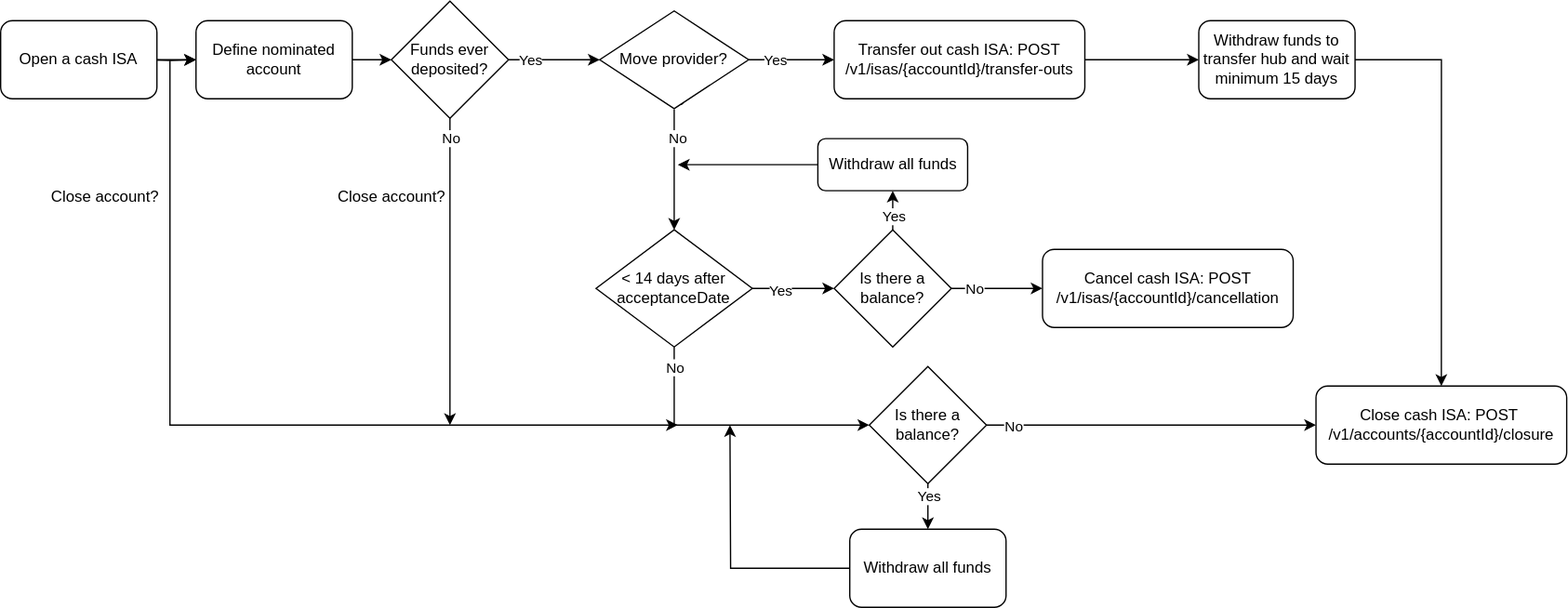
This is static/assets/images/cash-isa-life-cycle.svg from clearbank/clearbank.github.io, a draw.io export, as it was before one commit. Source tidied: cells renumbered, new cells last; positions are measured from the earlier drawing's top-left corner, leaving out a move shared by most shapes.
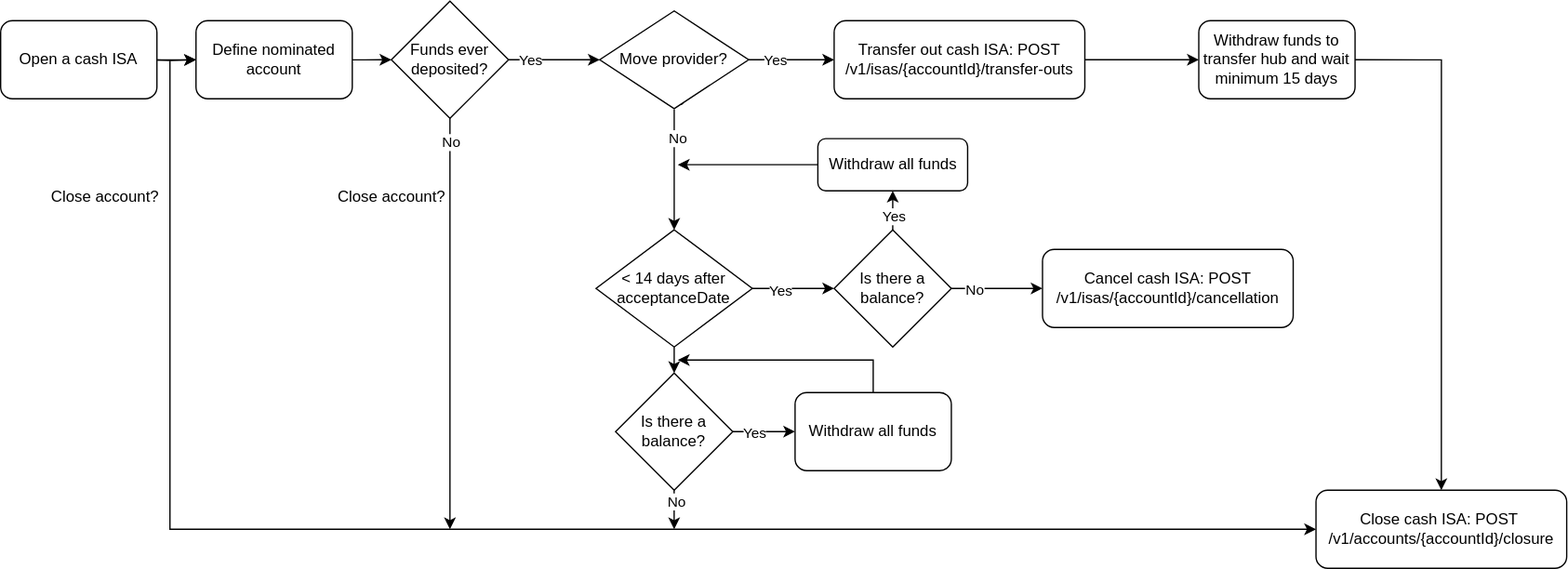
After the commit.

What changed in the source:
```diff
@@ -32,7 +32,7 @@
         <mxPoint x="7" as="offset" />
       </mxGeometry>
     </mxCell>
-    <mxCell id="10" style="edgeStyle=orthogonalEdgeStyle;rounded=0;jettySize=auto;html=1;entryX=0;entryY=0.5;entryDx=0;entryDy=0;exitX=0.5;exitY=1;exitDx=0;exitDy=0;" parent="1" edge="1" source="12" target="40">
+    <mxCell id="10" style="edgeStyle=orthogonalEdgeStyle;rounded=0;jettySize=auto;html=1;entryX=0.5;entryY=0;entryDx=0;entryDy=0;exitX=0.5;exitY=1;exitDx=0;exitDy=0;" parent="1" edge="1" source="12" target="40">
       <mxGeometry relative="1" as="geometry" />
     </mxCell>
     <mxCell id="11" value="No" style="edgeLabel;html=1;align=center;verticalAlign=middle;" parent="10" vertex="1">
@@ -75,7 +75,7 @@
       <mxGeometry x="640" y="15.4" width="192.5" height="60" as="geometry" />
     </mxCell>
     <mxCell id="22" value="Close cash ISA: POST&amp;nbsp;&lt;br&gt;/v1/accounts/{accountId}/closure" style="rounded=1;whiteSpace=wrap;html=1;" parent="1" vertex="1">
-      <mxGeometry x="1010" y="296" width="192.5" height="60" as="geometry" />
+      <mxGeometry x="1010" y="376" width="192.5" height="60" as="geometry" />
     </mxCell>
     <mxCell id="23" style="edgeStyle=orthogonalEdgeStyle;rounded=0;jettySize=auto;html=1;entryX=0;entryY=0.5;entryDx=0;entryDy=0;" parent="1" edge="1" source="28" target="19">
       <mxGeometry relative="1" as="geometry" />
@@ -92,7 +92,7 @@
     </mxCell>
     <mxCell id="26" style="edgeStyle=orthogonalEdgeStyle;rounded=0;jettySize=auto;html=1;" parent="1" edge="1" source="28">
       <mxGeometry relative="1" as="geometry">
-        <mxPoint x="345" y="326" as="targetPoint" />
+        <mxPoint x="345" y="406" as="targetPoint" />
         <Array as="points">
           <mxPoint x="345" y="221" />
         </Array>
@@ -136,32 +136,35 @@
     <mxCell id="35" value="Withdraw all funds" style="rounded=1;whiteSpace=wrap;html=1;" parent="1" vertex="1">
       <mxGeometry x="627.5" y="106" width="115" height="40" as="geometry" />
     </mxCell>
-    <mxCell id="36" style="edgeStyle=orthogonalEdgeStyle;rounded=0;jettySize=auto;html=1;entryX=0;entryY=0.5;entryDx=0;entryDy=0;" parent="1" edge="1" source="40" target="22">
-      <mxGeometry relative="1" as="geometry" />
-    </mxCell>
-    <mxCell id="37" value="No" style="edgeLabel;html=1;align=center;verticalAlign=middle;" parent="36" vertex="1">
-      <mxGeometry x="-0.89" y="2" relative="1" as="geometry">
-        <mxPoint x="6" y="2" as="offset" />
-      </mxGeometry>
-    </mxCell>
-    <mxCell id="38" style="edgeStyle=orthogonalEdgeStyle;rounded=0;jettySize=auto;html=1;entryX=0.5;entryY=0;entryDx=0;entryDy=0;" parent="1" edge="1" source="40" target="42">
+    <mxCell id="38" style="edgeStyle=orthogonalEdgeStyle;rounded=0;jettySize=auto;html=1;entryX=0;entryY=0.5;entryDx=0;entryDy=0;" parent="1" edge="1" source="40" target="42">
       <mxGeometry relative="1" as="geometry" />
     </mxCell>
     <mxCell id="39" value="Yes" style="edgeLabel;html=1;align=center;verticalAlign=middle;" parent="38" vertex="1">
-      <mxGeometry x="-0.08" y="-1" relative="1" as="geometry">
-        <mxPoint x="-1" y="-10" as="offset" />
+      <mxGeometry x="-0.07" y="5" relative="1" as="geometry">
+        <mxPoint x="-7" y="5" as="offset" />
       </mxGeometry>
     </mxCell>
+    <mxCell id="48" style="edgeStyle=orthogonalEdgeStyle;rounded=0;jettySize=auto;html=1;" parent="1" edge="1" source="40">
+      <mxGeometry relative="1" as="geometry">
+        <mxPoint x="517.2" y="406" as="targetPoint" />
+      </mxGeometry>
+    </mxCell>
+    <mxCell id="37" value="No" style="edgeLabel;html=1;align=center;verticalAlign=middle;" parent="48" vertex="1">
+      <mxGeometry x="-0.39" y="1" relative="1" as="geometry" />
+    </mxCell>
     <mxCell id="40" value="Is there a balance?" style="rhombus;whiteSpace=wrap;html=1;" parent="1" vertex="1">
-      <mxGeometry x="667" y="281" width="90" height="90" as="geometry" />
+      <mxGeometry x="472.2" y="286" width="90" height="90" as="geometry" />
     </mxCell>
-    <mxCell id="41" style="edgeStyle=orthogonalEdgeStyle;rounded=0;jettySize=auto;html=1;" parent="1" edge="1" source="42">
-      <mxGeometry relative="1" as="geometry">
-        <mxPoint x="560" y="326" as="targetPoint" />
-      </mxGeometry>
-    </mxCell>
+    <mxCell id="49" style="edgeStyle=orthogonalEdgeStyle;rounded=0;jettySize=auto;html=1;" parent="1" edge="1" source="42">
+      <mxGeometry relative="1" as="geometry">
+        <mxPoint x="520" y="276" as="targetPoint" />
+        <Array as="points">
+          <mxPoint x="670" y="276" />
+        </Array>
+      </mxGeometry>
+    </mxCell>
     <mxCell id="42" value="Withdraw all funds" style="rounded=1;whiteSpace=wrap;html=1;" parent="1" vertex="1">
-      <mxGeometry x="652" y="406" width="120" height="60" as="geometry" />
+      <mxGeometry x="610" y="301" width="120" height="60" as="geometry" />
     </mxCell>
     <mxCell id="43" style="edgeStyle=orthogonalEdgeStyle;rounded=0;jettySize=auto;html=1;entryX=0.5;entryY=0;entryDx=0;entryDy=0;exitX=1;exitY=0.5;exitDx=0;exitDy=0;" parent="1" edge="1" source="44" target="22">
       <mxGeometry relative="1" as="geometry" />
@@ -169,12 +172,11 @@
     <mxCell id="44" value="Withdraw funds to transfer hub and wait minimum 15 days" style="whiteSpace=wrap;html=1;rounded=1;" parent="1" vertex="1">
       <mxGeometry x="920" y="15.4" width="120" height="60" as="geometry" />
     </mxCell>
-    <mxCell id="45" style="endArrow=classic;html=1;rounded=0;" parent="1" edge="1">
+    <mxCell id="45" style="endArrow=classic;html=1;rounded=0;entryX=0;entryY=0.5;entryDx=0;entryDy=0;" parent="1" edge="1" target="22">
       <mxGeometry relative="1" as="geometry">
         <mxPoint x="130" y="46" as="sourcePoint" />
-        <mxPoint x="520" y="326" as="targetPoint" />
         <Array as="points">
-          <mxPoint x="130" y="326" />
+          <mxPoint x="130" y="406" />
         </Array>
       </mxGeometry>
     </mxCell>
```
